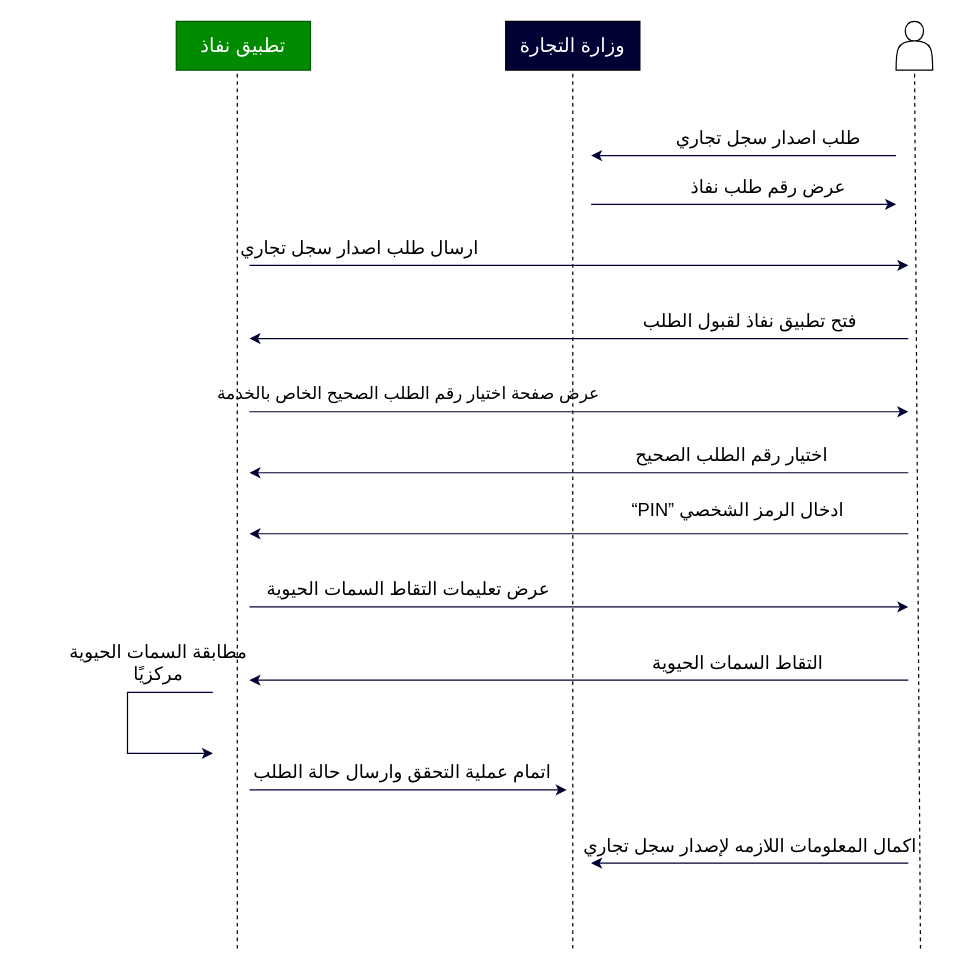
Above: اصدار سجل تجاري.drawio in BayadirAlharbi/SmartMethodsTask1 (draw.io), before the change. Source tidied: cells renumbered, new cells numbered last; positions are measured from the earlier drawing's top-left corner, leaving out a move shared by most shapes. Both pictures are drawn from the tidied source at 122%, with x=0, y=0 at pixel (78, 21).
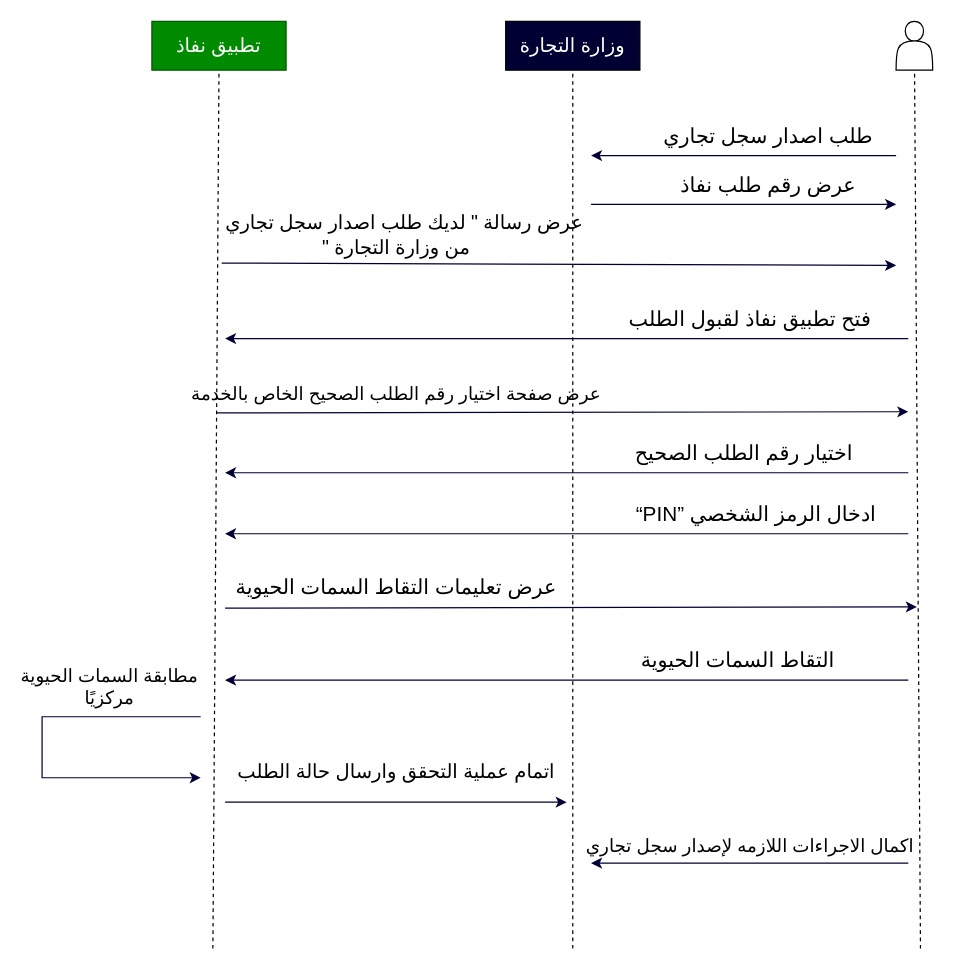
The same page after the edit.

What changed in the source:
```diff
@@
     <mxCell id="3" value="تطبيق نفاذ" style="rounded=0;whiteSpace=wrap;html=1;strokeColor=#005700;fillColor=#008a00;fontColor=#ffffff;fontSize=16;" parent="1" vertex="1">
-      <mxGeometry x="80" width="110" height="40" as="geometry" />
+      <mxGeometry x="60" width="110" height="40" as="geometry" />
     </mxCell>
-    <mxCell id="4" style="endArrow=none;dashed=1;html=1;rounded=0;" parent="1" edge="1">
-      <mxGeometry relative="1" as="geometry">
-        <mxPoint x="130" y="760" as="sourcePoint" />
-        <mxPoint x="130" y="40" as="targetPoint" />
-      </mxGeometry>
-    </mxCell>
@@
-    <mxCell id="6" value="&lt;font style=&quot;font-size: 15px;&quot;&gt;طلب اصدار سجل تجاري&lt;/font&gt;" style="text;html=1;align=center;verticalAlign=middle;strokeColor=none;fillColor=none;fontSize=15;" parent="1" vertex="1">
-      <mxGeometry x="490" y="80" width="150" height="30" as="geometry" />
+    <mxCell id="6" value="&lt;font style=&quot;font-size: 17px;&quot;&gt;طلب اصدار سجل تجاري&lt;/font&gt;" style="text;html=1;align=center;verticalAlign=middle;strokeColor=none;fillColor=none;fontSize=17;" parent="1" vertex="1">
+      <mxGeometry x="485" y="80" width="160" height="30" as="geometry" />
     </mxCell>
@@
-    <mxCell id="8" value="&lt;font style=&quot;font-size: 15px;&quot;&gt;عرض رقم طلب نفاذ&lt;/font&gt;" style="text;html=1;align=center;verticalAlign=middle;strokeColor=none;fillColor=none;fontSize=15;" parent="1" vertex="1">
-      <mxGeometry x="505" y="120" width="120" height="30" as="geometry" />
+    <mxCell id="8" value="&lt;font style=&quot;font-size: 17px;&quot;&gt;عرض رقم طلب نفاذ&lt;/font&gt;" style="text;html=1;align=center;verticalAlign=middle;strokeColor=none;fillColor=none;fontSize=17;" parent="1" vertex="1">
+      <mxGeometry x="495" y="120" width="140" height="30" as="geometry" />
     </mxCell>
-    <mxCell id="9" style="endArrow=classic;html=1;rounded=0;strokeColor=#000033;" parent="1" edge="1">
-      <mxGeometry relative="1" as="geometry">
-        <mxPoint x="140" y="200" as="sourcePoint" />
-        <mxPoint x="680" y="200" as="targetPoint" />
-      </mxGeometry>
-    </mxCell>
-    <mxCell id="10" value="&lt;font style=&quot;font-size: 15px;&quot;&gt;ارسال طلب اصدار سجل تجاري&lt;/font&gt;" style="text;html=1;align=center;verticalAlign=middle;points=[];strokeColor=none;fillColor=none;fontSize=15;" parent="1" vertex="1">
-      <mxGeometry x="140" y="170" width="180" height="30" as="geometry" />
+    <mxCell id="10" value="&lt;font style=&quot;font-size: 16px;&quot;&gt;&amp;nbsp; &amp;nbsp;عرض رسالة &quot; لديك طلب اصدار سجل تجاري&lt;br&gt;&quot; من وزارة التجارة&lt;/font&gt;" style="text;html=1;align=center;verticalAlign=middle;points=[];strokeColor=none;fillColor=none;fontSize=16;" parent="1" vertex="1">
+      <mxGeometry x="120" y="150" width="280" height="50" as="geometry" />
     </mxCell>
     <mxCell id="11" style="endArrow=classic;html=1;rounded=0;strokeColor=#000033;" parent="1" edge="1">
       <mxGeometry relative="1" as="geometry">
         <mxPoint x="680" y="260" as="sourcePoint" />
-        <mxPoint x="140" y="260" as="targetPoint" />
+        <mxPoint x="120" y="260" as="targetPoint" />
       </mxGeometry>
     </mxCell>
-    <mxCell id="12" value="فتح تطبيق نفاذ لقبول الطلب" style="text;html=1;align=center;verticalAlign=middle;strokeColor=none;fillColor=none;fontSize=15;" parent="1" vertex="1">
-      <mxGeometry x="475" y="230" width="150" height="30" as="geometry" />
+    <mxCell id="12" value="فتح تطبيق نفاذ لقبول الطلب" style="text;html=1;align=center;verticalAlign=middle;strokeColor=none;fillColor=none;fontSize=17;" parent="1" vertex="1">
+      <mxGeometry x="465" y="230" width="170" height="30" as="geometry" />
     </mxCell>
-    <mxCell id="13" style="endArrow=classic;html=1;rounded=0;strokeColor=#000033;" parent="1" edge="1">
+    <mxCell id="13" style="endArrow=classic;html=1;rounded=0;strokeColor=#000033;exitX=0.01;exitY=1.033;exitDx=0;exitDy=0;exitPerimeter=0;" parent="1" edge="1" source="14">
       <mxGeometry relative="1" as="geometry">
-        <mxPoint x="140" y="320" as="sourcePoint" />
         <mxPoint x="680" y="320" as="targetPoint" />
       </mxGeometry>
     </mxCell>
-    <mxCell id="14" value="عرض صفحة اختيار رقم الطلب الصحيح الخاص بالخدمة" style="text;html=1;align=center;verticalAlign=middle;points=[];strokeColor=none;fillColor=none;fontSize=14;" parent="1" vertex="1">
-      <mxGeometry x="130" y="290" width="280" height="30" as="geometry" />
+    <mxCell id="14" value="عرض صفحة اختيار رقم الطلب الصحيح الخاص بالخدمة" style="text;html=1;align=center;verticalAlign=middle;points=[];strokeColor=none;fillColor=none;fontSize=15;" parent="1" vertex="1">
+      <mxGeometry x="110" y="290" width="300" height="30" as="geometry" />
     </mxCell>
     <mxCell id="15" style="endArrow=classic;html=1;rounded=0;strokeColor=#000033;" parent="1" edge="1">
       <mxGeometry relative="1" as="geometry">
         <mxPoint x="680" y="370" as="sourcePoint" />
-        <mxPoint x="140" y="370" as="targetPoint" />
+        <mxPoint x="120" y="370" as="targetPoint" />
       </mxGeometry>
     </mxCell>
-    <mxCell id="16" value="اختيار رقم الطلب الصحيح" style="text;html=1;align=center;verticalAlign=middle;strokeColor=none;fillColor=none;fontSize=15;" parent="1" vertex="1">
-      <mxGeometry x="460" y="340" width="150" height="30" as="geometry" />
+    <mxCell id="16" value="اختيار رقم الطلب الصحيح" style="text;html=1;align=center;verticalAlign=middle;strokeColor=none;fillColor=none;fontSize=17;" parent="1" vertex="1">
+      <mxGeometry x="460" y="340" width="170" height="30" as="geometry" />
     </mxCell>
-    <mxCell id="17" style="endArrow=classic;html=1;rounded=0;strokeColor=#000033;" parent="1" edge="1">
-      <mxGeometry relative="1" as="geometry">
-        <mxPoint x="140" y="480" as="sourcePoint" />
-        <mxPoint x="680" y="480" as="targetPoint" />
-      </mxGeometry>
-    </mxCell>
-    <mxCell id="18" value="&lt;font style=&quot;font-size: 15px;&quot;&gt;عرض تعليمات التقاط السمات الحيوية&lt;/font&gt;" style="text;html=1;align=center;verticalAlign=middle;strokeColor=none;fillColor=none;fontSize=15;" parent="1" vertex="1">
-      <mxGeometry x="170" y="450" width="200" height="30" as="geometry" />
+    <mxCell id="18" value="&lt;font style=&quot;font-size: 17px;&quot;&gt;عرض تعليمات التقاط السمات الحيوية&lt;/font&gt;" style="text;html=1;align=center;verticalAlign=middle;strokeColor=none;fillColor=none;fontSize=17;" parent="1" vertex="1">
+      <mxGeometry x="145" y="450" width="230" height="30" as="geometry" />
     </mxCell>
     <mxCell id="19" style="endArrow=classic;html=1;rounded=0;strokeColor=#000033;" parent="1" edge="1">
       <mxGeometry relative="1" as="geometry">
         <mxPoint x="680" y="540" as="sourcePoint" />
-        <mxPoint x="140" y="540" as="targetPoint" />
+        <mxPoint x="120" y="540" as="targetPoint" />
       </mxGeometry>
     </mxCell>
-    <mxCell id="20" value="التقاط السمات الحيوية" style="text;html=1;align=center;verticalAlign=middle;strokeColor=none;fillColor=none;fontSize=15;" parent="1" vertex="1">
-      <mxGeometry x="475" y="510" width="130" height="30" as="geometry" />
+    <mxCell id="20" value="التقاط السمات الحيوية" style="text;html=1;align=center;verticalAlign=middle;strokeColor=none;fillColor=none;fontSize=17;" parent="1" vertex="1">
+      <mxGeometry x="470" y="510" width="140" height="30" as="geometry" />
     </mxCell>
     <mxCell id="21" style="endArrow=classic;html=1;rounded=0;fontSize=10;strokeColor=#000033;" parent="1" edge="1">
       <mxGeometry relative="1" as="geometry">
-        <mxPoint x="110" y="550" as="sourcePoint" />
-        <mxPoint x="110" y="600" as="targetPoint" />
+        <mxPoint x="100" y="570" as="sourcePoint" />
+        <mxPoint x="100" y="620" as="targetPoint" />
         <Array as="points">
-          <mxPoint x="40" y="550" />
-          <mxPoint x="40" y="600" />
+          <mxPoint x="100" y="570" />
+          <mxPoint x="-30" y="570" />
+          <mxPoint x="-30" y="620" />
         </Array>
       </mxGeometry>
     </mxCell>
     <mxCell id="22" value="مطابقة السمات الحيوية&lt;br style=&quot;font-size: 15px;&quot;&gt;مركزيًا" style="text;html=1;align=center;verticalAlign=middle;strokeColor=none;fillColor=none;fontSize=15;" parent="1" vertex="1">
-      <mxGeometry y="500" width="130" height="50" as="geometry" />
+      <mxGeometry x="-40" y="520" width="130" height="50" as="geometry" />
     </mxCell>
     <mxCell id="23" style="endArrow=classic;html=1;rounded=0;strokeColor=#000033;" parent="1" edge="1">
       <mxGeometry relative="1" as="geometry">
-        <mxPoint x="140" y="630" as="sourcePoint" />
-        <mxPoint x="400" y="630" as="targetPoint" />
+        <mxPoint x="120" y="640" as="sourcePoint" />
+        <mxPoint x="400" y="640" as="targetPoint" />
       </mxGeometry>
     </mxCell>
-    <mxCell id="24" value="اتمام عملية التحقق وارسال حالة الطلب" style="text;html=1;align=center;verticalAlign=middle;strokeColor=none;fillColor=none;fontSize=15;" parent="1" vertex="1">
-      <mxGeometry x="160" y="600" width="210" height="30" as="geometry" />
+    <mxCell id="24" value="اتمام عملية التحقق وارسال حالة الطلب" style="text;html=1;align=center;verticalAlign=middle;strokeColor=none;fillColor=none;fontSize=16;" parent="1" vertex="1">
+      <mxGeometry x="150" y="600" width="220" height="30" as="geometry" />
     </mxCell>
@@
-    <mxCell id="26" value="اكمال المعلومات اللازمه لإصدار سجل تجاري" style="text;html=1;align=center;verticalAlign=middle;strokeColor=none;fillColor=none;fontSize=15;" parent="1" vertex="1">
+    <mxCell id="26" value="اكمال الاجراءات اللازمه لإصدار سجل تجاري" style="text;html=1;align=center;verticalAlign=middle;strokeColor=none;fillColor=none;fontSize=15;" parent="1" vertex="1">
       <mxGeometry x="430" y="660" width="240" height="30" as="geometry" />
     </mxCell>
@@
     <mxCell id="30" style="endArrow=classic;html=1;rounded=0;strokeColor=#000033;" parent="1" edge="1">
       <mxGeometry relative="1" as="geometry">
         <mxPoint x="680" y="420" as="sourcePoint" />
-        <mxPoint x="140" y="420" as="targetPoint" />
+        <mxPoint x="120" y="420" as="targetPoint" />
       </mxGeometry>
     </mxCell>
-    <mxCell id="31" value="&lt;font style=&quot;font-size: 15px;&quot;&gt;“PIN” ادخال الرمز الشخصي&lt;/font&gt;" style="text;html=1;align=center;verticalAlign=middle;strokeColor=none;fillColor=none;fontSize=15;" parent="1" vertex="1">
-      <mxGeometry x="455" y="385" width="170" height="30" as="geometry" />
+    <mxCell id="31" value="&lt;font style=&quot;font-size: 17px;&quot;&gt;“PIN” ادخال الرمز الشخصي&lt;/font&gt;" style="text;html=1;align=center;verticalAlign=middle;strokeColor=none;fillColor=none;fontSize=17;" parent="1" vertex="1">
+      <mxGeometry x="460" y="390" width="190" height="30" as="geometry" />
     </mxCell>
@@
+    <mxCell id="34" style="endArrow=classic;html=1;rounded=0;strokeColor=#000033;exitX=-0.01;exitY=0.963;exitDx=0;exitDy=0;exitPerimeter=0;" parent="1" edge="1" source="10">
+      <mxGeometry relative="1" as="geometry">
+        <mxPoint x="670" y="200" as="targetPoint" />
+      </mxGeometry>
+    </mxCell>
+    <mxCell id="35" style="endArrow=none;dashed=1;html=1;rounded=0;entryX=0.5;entryY=1;entryDx=0;entryDy=0;" parent="1" edge="1" target="3">
+      <mxGeometry relative="1" as="geometry">
+        <mxPoint x="110" y="760" as="sourcePoint" />
+      </mxGeometry>
+    </mxCell>
+    <mxCell id="36" style="endArrow=classic;html=1;rounded=0;strokeColor=#000033;exitX=0.01;exitY=1.033;exitDx=0;exitDy=0;exitPerimeter=0;" parent="1" edge="1">
+      <mxGeometry relative="1" as="geometry">
+        <mxPoint x="120" y="481" as="sourcePoint" />
+        <mxPoint x="687" y="480" as="targetPoint" />
+      </mxGeometry>
+    </mxCell>
```
